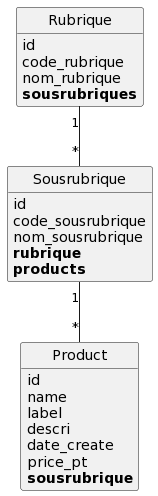
Earlier version of the PlantUML export puml/index.png (jeanmarie80000/village_green_project). Its diagram source:
```plantuml
@startuml
class Product {
	id
	name
	label
	descri
	date_create
	price_pt
	**sousrubrique**
}

class Rubrique {
	id
	code_rubrique
	nom_rubrique
	**sousrubriques**
}

class Sousrubrique {
	id
	code_sousrubrique
	nom_sousrubrique
	**rubrique**
	**products**
}

Rubrique "1"--"*" Sousrubrique
Sousrubrique "1"--"*" Product


hide methods
hide circle
@enduml
```
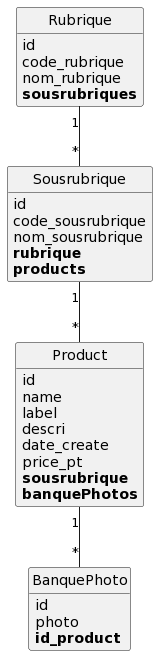
After the change.

Diff of the diagram source:
```diff
@@ -1,4 +1,10 @@
 @startuml
+class BanquePhoto {
+	id
+	photo
+	**id_product**
+}
+
 class Product {
 	id
 	name
@@ -7,6 +13,7 @@
 	date_create
 	price_pt
 	**sousrubrique**
+	**banquePhotos**
 }
 
 class Rubrique {
@@ -24,6 +31,7 @@
 	**products**
 }
 
+Product "1"--"*" BanquePhoto
 Rubrique "1"--"*" Sousrubrique
 Sousrubrique "1"--"*" Product
 
```
